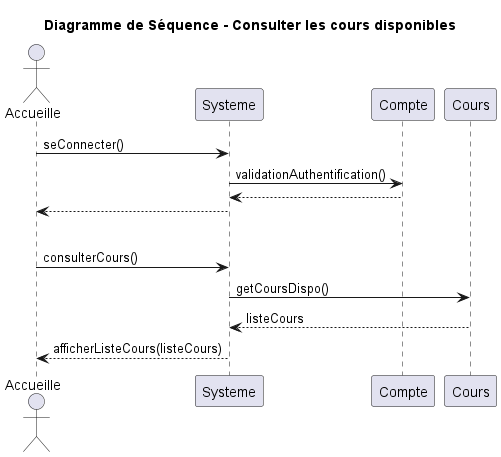
This is UML/png/Diagramme_sequence_consulter_cours.png from Egario54/ProjetClubNautique, a PlantUML export, as it was before one commit.
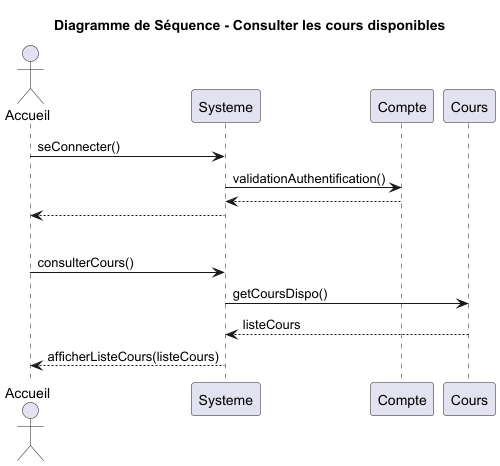
After the change.

The edit, as a diff of the source:
```diff
@@ -1,6 +1,6 @@
 @startuml
 title Diagramme de Séquence - Consulter les cours disponibles
-actor Accueille as Utilisateur
+actor Accueil as Utilisateur
 participant Systeme
 participant Compte
 participant Cours
```
